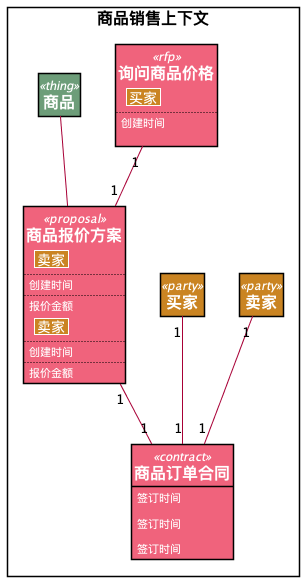
This is images/contract_with_rfp_diagram.png from behring/8x-flow-diagram, a PlantUML export, as it was before one commit.
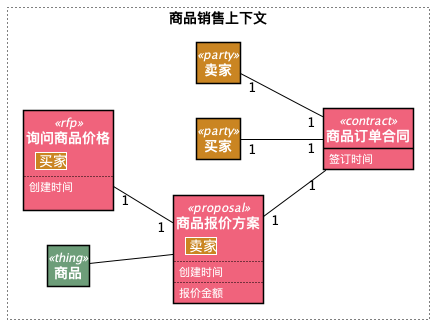
The same diagram one commit later.

Change to the diagram source:
```diff
@@ -5,75 +5,53 @@
    AttributeFontColor White
    StereotypeFontColor White
 }
+left to right direction
 skinparam defaultTextAlignment center
 skinparam style strictuml
 hide empty members
-        rectangle "<size:16><b>商品销售上下文" as 商品销售上下文   {
+        rectangle "<size:14><b>商品销售上下文" as 商品销售上下文   #line.dotted {
 
-class "<size:16><b>询问商品价格" as 询问商品价格 <<rfp>> #F0637C {
-   |<#CA8422> <size:14>买家</size> |
+class "<size:14><b>询问商品价格" as 询问商品价格 <<rfp>> #F0637C {
+||<#CA8522> <size:14>买家</size>|
 ..
- 创建时间
+创建时间
 
 }
 
-class "<size:16><b>商品报价方案" as 商品报价方案 <<proposal>> #F0637C {
-   |<#CA8422> <size:14>卖家</size> |
+
+class "<size:14><b>商品报价方案" as 商品报价方案 <<proposal>> #F0637C {
+||<#CA8522> <size:14>卖家</size>|
 ..
- 创建时间
-   ..
- 报价金额
+创建时间
+..
+报价金额
 }
 
-class "<size:16><b>商品订单合同" as 商品订单合同 <<contract>> #F0637C {
-    签订时间
+
+class "<size:14><b>商品订单合同" as 商品订单合同 <<contract>> #F0637C {
+签订时间
 
 }
 
-商品报价方案 "1" -- "1" 商品订单合同
+
+商品报价方案 "1" -[#000000]- "1" 商品订单合同
 
 
-询问商品价格 "1" -- "1" 商品报价方案
+询问商品价格 "1" -[#000000]- "1" 商品报价方案
 
 
 
 
-
-class "<size:16><b>商品报价方案" as 商品报价方案 <<proposal>> #F0637C {
-   |<#CA8422> <size:14>卖家</size> |
-..
- 创建时间
-   ..
- 报价金额
-}
-
-class "<size:16><b>商品订单合同" as 商品订单合同 <<contract>> #F0637C {
-    签订时间
-
-}
+class "<size:14><b>卖家" as 卖家 <<party>> #CA8522
+卖家 "1" -[#000000]- "1" 商品订单合同
 
 
+class "<size:14><b>买家" as 买家 <<party>> #CA8522
+买家 "1" -[#000000]- "1" 商品订单合同
 
 
-
-
-class "<size:16><b>商品订单合同" as 商品订单合同 <<contract>> #F0637C {
-    签订时间
-
-}
-
-
-
-class "<size:16><b>卖家" as 卖家 <<party>> #CA8422
-卖家 "1" -- "1" 商品订单合同
-
-
-class "<size:16><b>买家" as 买家 <<party>> #CA8422
-买家 "1" -- "1" 商品订单合同
-
-
-class "<size:16><b>商品" as 商品 <<thing>> #6D9D79
-商品 -- 商品报价方案
+class "<size:14><b>商品" as 商品 <<thing>> #6D9D79
+商品 -[#000000]- 商品报价方案
 
 
 }
```
